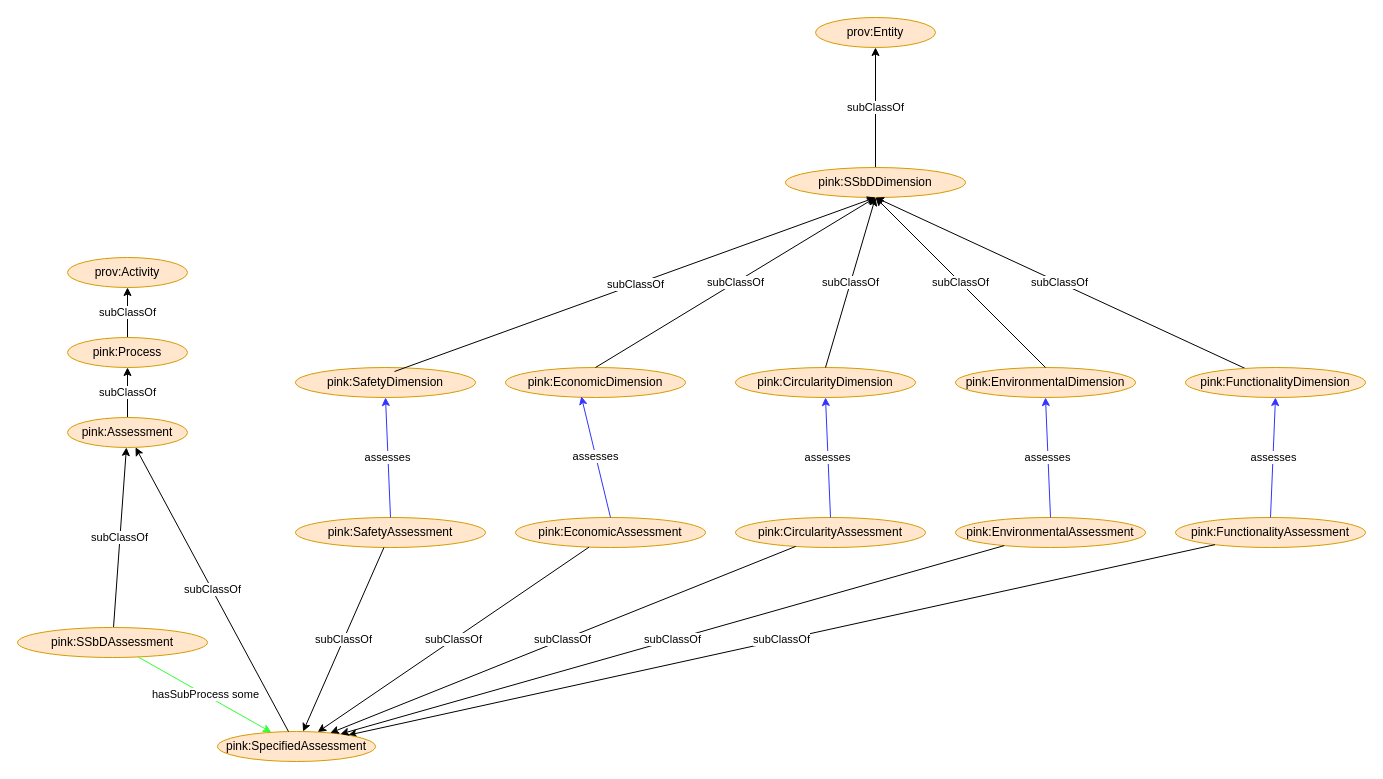
PINK-project/PINK-annotation-schema keeps this draw.io diagram as page "ssbd" (7 of 7) of docs/figs/figures.drawio. Above is the earlier version. Source tidied: cells renumbered, new cells numbered last; positions are measured from the earlier drawing's top-left corner, leaving out a move shared by most shapes. Both pictures are drawn from the tidied source at 100%, with x=0, y=0 at pixel (17, 17).
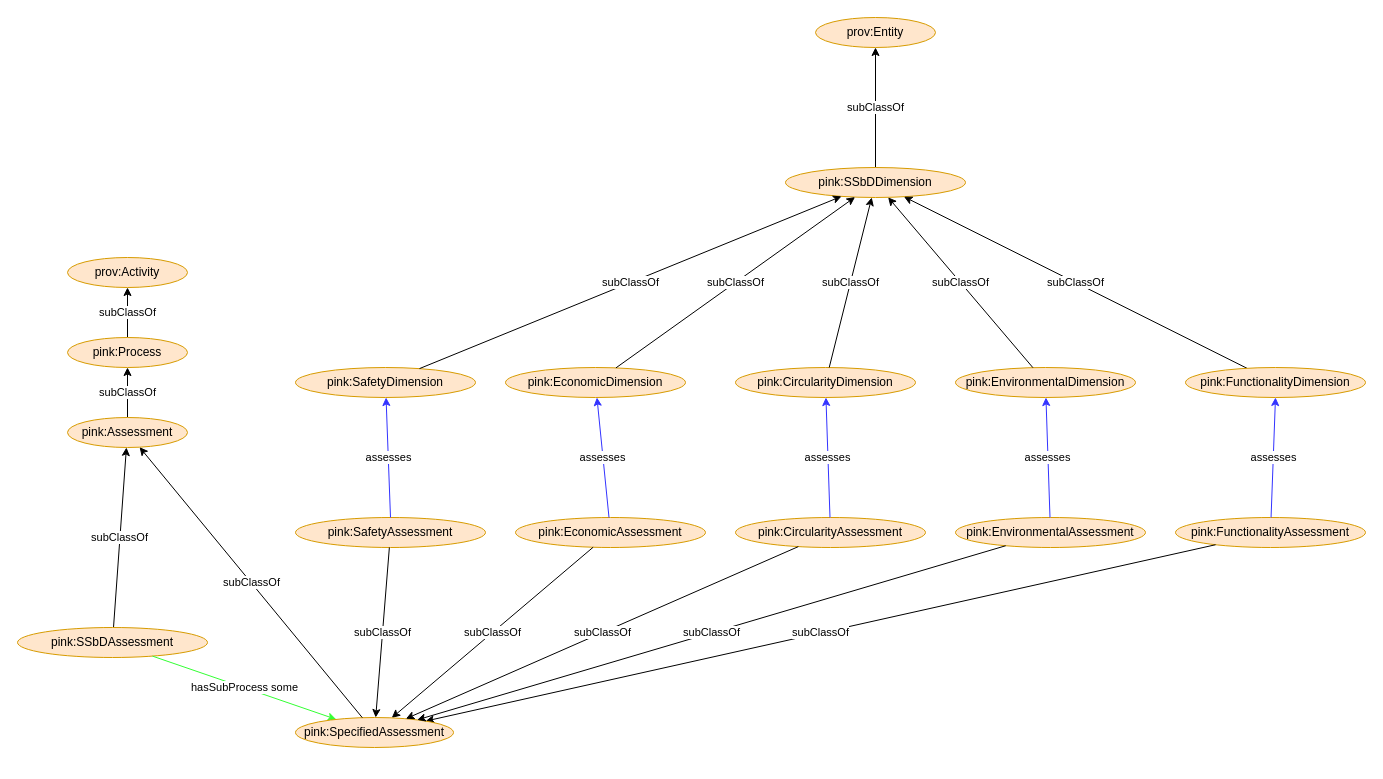
The same page after the edit.

The change refers to these unchanged cells:
```xml
<mxCell id="8" value="pink:FunctionalityAssessment" style="ellipse;whiteSpace=wrap;html=1;fillColor=#ffe6cc;strokeColor=#d79b00;" parent="1" vertex="1">
  <mxGeometry x="1158" y="500" width="190" height="30" as="geometry" />
</mxCell>
<mxCell id="9" value="pink:EnvironmentalAssessment" style="ellipse;whiteSpace=wrap;html=1;fillColor=#ffe6cc;strokeColor=#d79b00;" parent="1" vertex="1">
  <mxGeometry x="938" y="500" width="190" height="30" as="geometry" />
</mxCell>
<mxCell id="10" value="pink:CircularityAssessment" style="ellipse;whiteSpace=wrap;html=1;fillColor=#ffe6cc;strokeColor=#d79b00;" parent="1" vertex="1">
  <mxGeometry x="718" y="500" width="190" height="30" as="geometry" />
</mxCell>
<mxCell id="11" value="pink:EconomicAssessment" style="ellipse;whiteSpace=wrap;html=1;fillColor=#ffe6cc;strokeColor=#d79b00;" parent="1" vertex="1">
  <mxGeometry x="498" y="500" width="190" height="30" as="geometry" />
</mxCell>
<mxCell id="12" value="pink:SafetyAssessment" style="ellipse;whiteSpace=wrap;html=1;fillColor=#ffe6cc;strokeColor=#d79b00;" parent="1" vertex="1">
  <mxGeometry x="278" y="500" width="190" height="30" as="geometry" />
</mxCell>
<mxCell id="20" value="pink:SSbDDimension" style="ellipse;whiteSpace=wrap;html=1;fillColor=#ffe6cc;strokeColor=#d79b00;" parent="1" vertex="1">
  <mxGeometry x="768" y="150" width="180" height="30" as="geometry" />
</mxCell>
<mxCell id="22" value="pink:FunctionalityDimension" style="ellipse;whiteSpace=wrap;html=1;fillColor=#ffe6cc;strokeColor=#d79b00;" parent="1" vertex="1">
  <mxGeometry x="1168" y="350" width="180" height="30" as="geometry" />
</mxCell>
<mxCell id="23" value="pink:EconomicDimension" style="ellipse;whiteSpace=wrap;html=1;fillColor=#ffe6cc;strokeColor=#d79b00;" parent="1" vertex="1">
  <mxGeometry x="488" y="350" width="180" height="30" as="geometry" />
</mxCell>
<mxCell id="24" value="pink:SafetyDimension" style="ellipse;whiteSpace=wrap;html=1;fillColor=#ffe6cc;strokeColor=#d79b00;" parent="1" vertex="1">
  <mxGeometry x="278" y="350" width="180" height="30" as="geometry" />
</mxCell>
<mxCell id="25" value="pink:CircularityDimension" style="ellipse;whiteSpace=wrap;html=1;fillColor=#ffe6cc;strokeColor=#d79b00;" parent="1" vertex="1">
  <mxGeometry x="718" y="350" width="180" height="30" as="geometry" />
</mxCell>
<mxCell id="26" value="pink:EnvironmentalDimension" style="ellipse;whiteSpace=wrap;html=1;fillColor=#ffe6cc;strokeColor=#d79b00;" parent="1" vertex="1">
  <mxGeometry x="938" y="350" width="180" height="30" as="geometry" />
</mxCell>
```

Diff of the diagram source:
```diff
@@
-    <mxCell id="21" value="subClassOf" style="rounded=0;jettySize=auto;html=1;entryX=0.5;entryY=1;entryDx=0;entryDy=0;" parent="1" edge="1" source="22" target="20">
+    <mxCell id="21" value="subClassOf" style="rounded=0;jettySize=auto;html=1;" parent="1" edge="1" source="22" target="20">
       <mxGeometry relative="1" as="geometry" />
     </mxCell>
@@
-    <mxCell id="27" value="subClassOf" style="rounded=0;jettySize=auto;html=1;exitX=0.55;exitY=0.133;exitDx=0;exitDy=0;exitPerimeter=0;entryX=0.5;entryY=1;entryDx=0;entryDy=0;" parent="1" edge="1" source="24" target="20">
+    <mxCell id="27" value="subClassOf" style="rounded=0;jettySize=auto;html=1;" parent="1" edge="1" source="24" target="20">
       <mxGeometry relative="1" as="geometry" />
     </mxCell>
-    <mxCell id="28" value="subClassOf" style="rounded=0;jettySize=auto;html=1;exitX=0.5;exitY=0;exitDx=0;exitDy=0;entryX=0.5;entryY=1;entryDx=0;entryDy=0;" parent="1" edge="1" source="26" target="20">
+    <mxCell id="28" value="subClassOf" style="rounded=0;jettySize=auto;html=1;" parent="1" edge="1" source="26" target="20">
       <mxGeometry relative="1" as="geometry" />
     </mxCell>
-    <mxCell id="29" value="subClassOf" style="rounded=0;jettySize=auto;html=1;entryX=0.5;entryY=1;entryDx=0;entryDy=0;exitX=0.5;exitY=0;exitDx=0;exitDy=0;" parent="1" edge="1" source="25" target="20">
+    <mxCell id="29" value="subClassOf" style="rounded=0;jettySize=auto;html=1;" parent="1" edge="1" source="25" target="20">
       <mxGeometry relative="1" as="geometry" />
     </mxCell>
-    <mxCell id="30" value="subClassOf" style="rounded=0;jettySize=auto;html=1;exitX=0.5;exitY=0;exitDx=0;exitDy=0;entryX=0.5;entryY=1;entryDx=0;entryDy=0;" parent="1" edge="1" source="23" target="20">
+    <mxCell id="30" value="subClassOf" style="rounded=0;jettySize=auto;html=1;" parent="1" edge="1" source="23" target="20">
       <mxGeometry relative="1" as="geometry" />
     </mxCell>
-    <mxCell id="31" value="assesses" style="rounded=0;jettySize=auto;html=1;strokeColor=#3333FF;entryX=0.5;entryY=0;entryDx=0;entryDy=0;fillColor=#FF0080;exitX=0.5;exitY=1;exitDx=0;exitDy=0;endArrow=none;endFill=0;startArrow=classic;startFill=1;" parent="1" edge="1" source="22" target="8">
+    <mxCell id="31" value="assesses" style="rounded=0;jettySize=auto;html=1;strokeColor=#3333FF;fillColor=#FF0080;exitX=0.5;exitY=1;exitDx=0;exitDy=0;endArrow=none;endFill=0;startArrow=classic;startFill=1;" parent="1" edge="1" source="22" target="8">
       <mxGeometry relative="1" as="geometry" />
     </mxCell>
-    <mxCell id="32" value="assesses" style="rounded=0;jettySize=auto;html=1;strokeColor=#3333FF;entryX=0.5;entryY=0;entryDx=0;entryDy=0;fillColor=#FF0080;exitX=0.5;exitY=1;exitDx=0;exitDy=0;endArrow=none;endFill=0;startArrow=classic;startFill=1;" parent="1" edge="1" source="26" target="9">
+    <mxCell id="32" value="assesses" style="rounded=0;jettySize=auto;html=1;strokeColor=#3333FF;fillColor=#FF0080;endArrow=none;endFill=0;startArrow=classic;startFill=1;" parent="1" edge="1" source="26" target="9">
       <mxGeometry relative="1" as="geometry" />
     </mxCell>
-    <mxCell id="33" value="assesses" style="rounded=0;jettySize=auto;html=1;strokeColor=#3333FF;entryX=0.5;entryY=0;entryDx=0;entryDy=0;fillColor=#FF0080;exitX=0.5;exitY=1;exitDx=0;exitDy=0;endArrow=none;endFill=0;startArrow=classic;startFill=1;" parent="1" edge="1" source="25" target="10">
+    <mxCell id="33" value="assesses" style="rounded=0;jettySize=auto;html=1;strokeColor=#3333FF;fillColor=#FF0080;endArrow=none;endFill=0;startArrow=classic;startFill=1;" parent="1" edge="1" source="25" target="10">
       <mxGeometry relative="1" as="geometry" />
     </mxCell>
-    <mxCell id="34" value="assesses" style="rounded=0;jettySize=auto;html=1;strokeColor=#3333FF;entryX=0.5;entryY=0;entryDx=0;entryDy=0;fillColor=#FF0080;exitX=0.421;exitY=0.962;exitDx=0;exitDy=0;exitPerimeter=0;endArrow=none;endFill=0;startArrow=classic;startFill=1;" parent="1" edge="1" source="23" target="11">
+    <mxCell id="34" value="assesses" style="rounded=0;jettySize=auto;html=1;strokeColor=#3333FF;fillColor=#FF0080;endArrow=none;endFill=0;startArrow=classic;startFill=1;" parent="1" edge="1" source="23" target="11">
       <mxGeometry relative="1" as="geometry" />
     </mxCell>
-    <mxCell id="35" value="assesses" style="rounded=0;jettySize=auto;html=1;strokeColor=#3333FF;entryX=0.5;entryY=0;entryDx=0;entryDy=0;fillColor=#FF0080;exitX=0.5;exitY=1;exitDx=0;exitDy=0;endArrow=none;endFill=0;startArrow=classic;startFill=1;" parent="1" edge="1" source="24" target="12">
+    <mxCell id="35" value="assesses" style="rounded=0;jettySize=auto;html=1;strokeColor=#3333FF;entryX=0.5;entryY=0;entryDx=0;entryDy=0;fillColor=#FF0080;endArrow=none;endFill=0;startArrow=classic;startFill=1;" parent="1" edge="1" source="24" target="12">
       <mxGeometry relative="1" as="geometry" />
     </mxCell>
     <mxCell id="36" value="pink:SpecifiedAssessment" style="ellipse;whiteSpace=wrap;html=1;fillColor=#ffe6cc;strokeColor=#d79b00;" parent="1" vertex="1">
-      <mxGeometry x="200" y="714" width="158" height="30" as="geometry" />
+      <mxGeometry x="278" y="700" width="158" height="30" as="geometry" />
     </mxCell>
```
